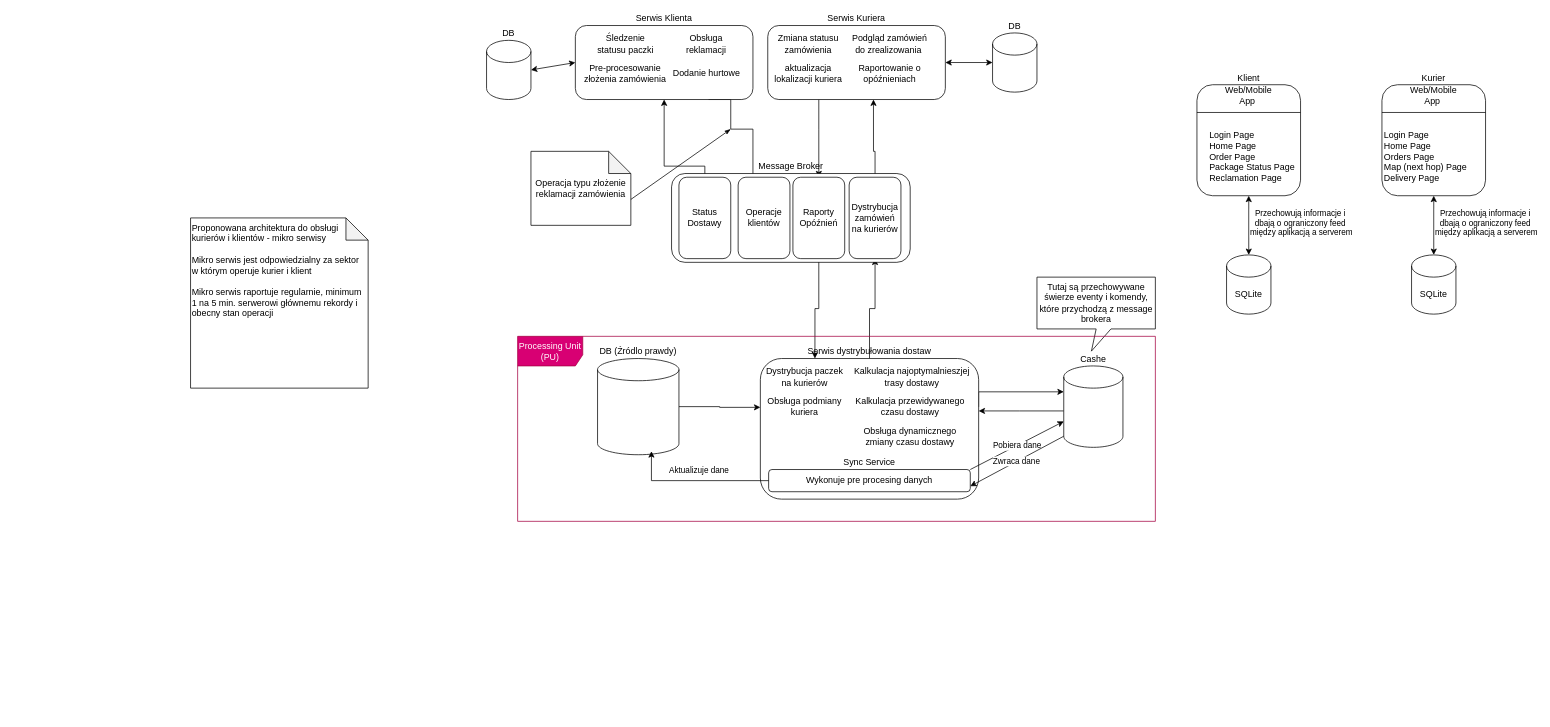
Franio2018/Projekt-Zespolowy keeps this draw.io diagram as page "Mikroserwisy + CQRS + modele paneli użytkowników" (2 of 5) of architektura.drawio. Above is the earlier version. Source tidied: cells renumbered, new cells numbered last; positions are measured from the earlier drawing's top-left corner, leaving out a move shared by most shapes. Both pictures are drawn from the tidied source at 74%, with x=0, y=0 at pixel (190, 25).
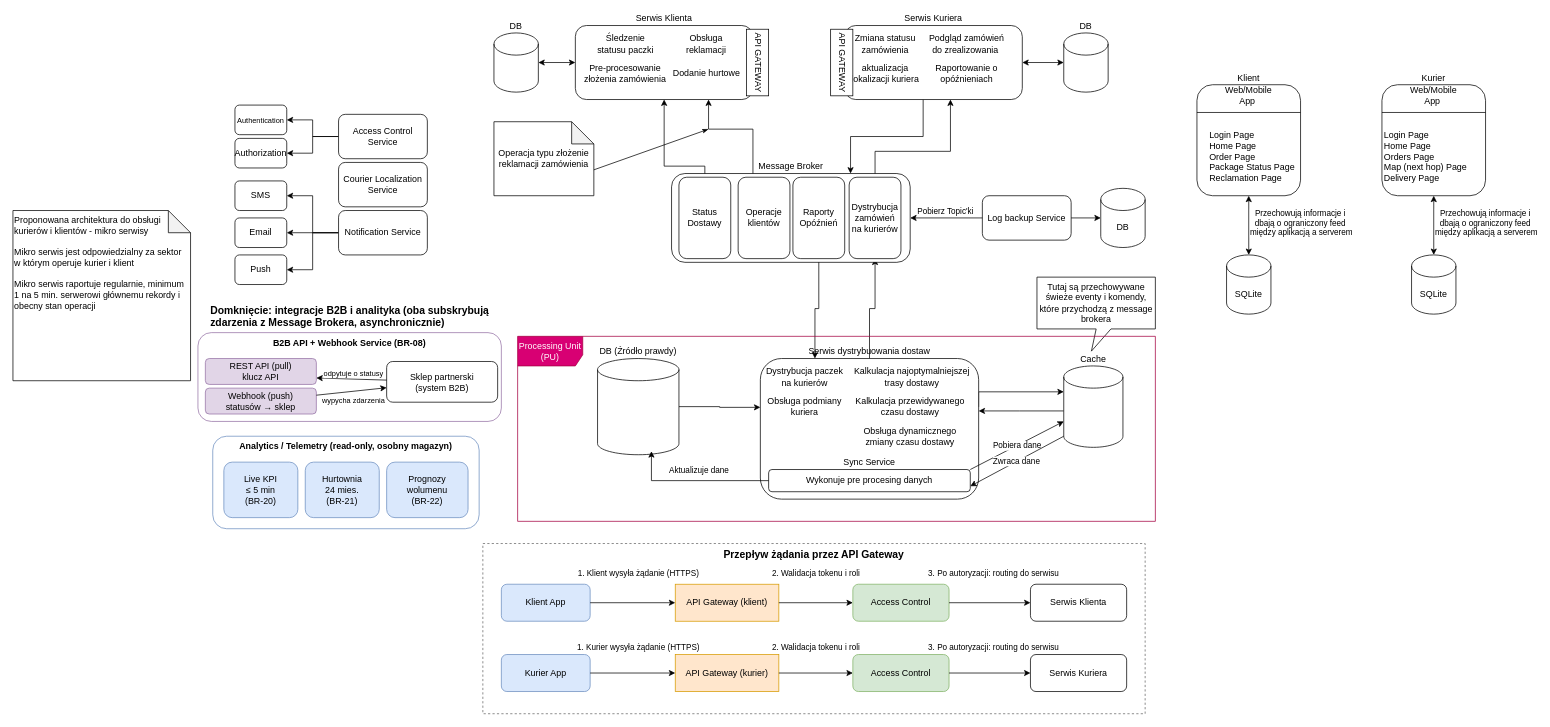
The same page after the edit.

The change refers to these unchanged cells:
```xml
<mxCell id="5" value="Serwis Klienta" style="rounded=1;whiteSpace=wrap;html=1;roundedPerimeter=1;labelPosition=center;verticalLabelPosition=top;align=center;verticalAlign=bottom;" parent="1" vertex="1">
  <mxGeometry x="520" width="240" height="100" as="geometry" />
</mxCell>
<mxCell id="27" value="Message Broker" style="rounded=1;whiteSpace=wrap;html=1;roundedPerimeter=1;labelPosition=center;verticalLabelPosition=top;align=center;verticalAlign=bottom;" parent="1" vertex="1">
  <mxGeometry x="650" y="200" width="322.5" height="120" as="geometry" />
</mxCell>
<mxCell id="28" value="Raporty Opóźnień" style="rounded=1;whiteSpace=wrap;html=1;roundedPerimeter=1;" parent="1" vertex="1">
  <mxGeometry x="814" y="205" width="70" height="110" as="geometry" />
</mxCell>
<mxCell id="30" value="Dystrybucja zamówień&lt;div&gt;na kurierów&lt;/div&gt;" style="rounded=1;whiteSpace=wrap;html=1;roundedPerimeter=1;" parent="1" vertex="1">
  <mxGeometry x="890" y="205" width="70" height="110" as="geometry" />
</mxCell>
<mxCell id="31" value="Operacje klientów" style="rounded=1;whiteSpace=wrap;html=1;roundedPerimeter=1;" parent="1" vertex="1">
  <mxGeometry x="740" y="205" width="70" height="110" as="geometry" />
</mxCell>
```

What changed in the source:
```diff
@@
-    <mxCell id="2" style="edgeStyle=orthogonalEdgeStyle;rounded=0;jettySize=auto;html=1;entryX=0.5;entryY=0;entryDx=0;entryDy=0;" parent="1" edge="1" source="3" target="28">
-      <mxGeometry relative="1" as="geometry">
+    <mxCell id="2" style="edgeStyle=orthogonalEdgeStyle;rounded=0;jettySize=auto;html=1;entryX=0.75;entryY=0;entryDx=0;entryDy=0;" parent="1" edge="1" source="3" target="27">
+      <mxGeometry x="0.17" relative="1" as="geometry">
         <Array as="points">
-          <mxPoint x="849" y="140" />
-          <mxPoint x="849" y="140" />
+          <mxPoint x="990" y="150" />
+          <mxPoint x="891.9" y="150" />
         </Array>
       </mxGeometry>
     </mxCell>
     <mxCell id="3" value="Serwis Kuriera" style="rounded=1;whiteSpace=wrap;html=1;roundedPerimeter=1;labelPosition=center;verticalLabelPosition=top;align=center;verticalAlign=bottom;" parent="1" vertex="1">
-      <mxGeometry x="780" width="240" height="100" as="geometry" />
+      <mxGeometry x="884" width="240" height="100" as="geometry" />
     </mxCell>
-    <mxCell id="4" style="edgeStyle=orthogonalEdgeStyle;rounded=0;jettySize=auto;html=1;entryX=0;entryY=0;entryDx=0;entryDy=0;exitX=0.75;exitY=1;exitDx=0;exitDy=0;" parent="1" edge="1" source="5" target="31">
-      <mxGeometry x="-0.16" relative="1" as="geometry">
+    <mxCell id="4" style="edgeStyle=orthogonalEdgeStyle;rounded=0;jettySize=auto;html=1;entryX=0;entryY=0;entryDx=0;entryDy=0;exitX=0.75;exitY=1;exitDx=0;exitDy=0;startArrow=classic;startFill=1;endArrow=none;endFill=0;" parent="1" edge="1" source="5" target="31">
+      <mxGeometry x="-0.17" relative="1" as="geometry">
         <Array as="points">
-          <mxPoint x="730" y="100" />
-          <mxPoint x="730" y="140" />
+          <mxPoint x="700" y="140" />
           <mxPoint x="760" y="140" />
           <mxPoint x="760" y="205" />
           <mxPoint x="743.1" y="205" />
         </Array>
       </mxGeometry>
     </mxCell>
@@
     <mxCell id="16" value="Zmiana statusu&lt;div&gt;zamówienia&lt;/div&gt;" style="text;html=1;whiteSpace=wrap;strokeColor=none;fillColor=none;align=center;verticalAlign=middle;rounded=0;" parent="1" vertex="1">
-      <mxGeometry x="780" y="10" width="110" height="30" as="geometry" />
+      <mxGeometry x="884" y="10" width="110" height="30" as="geometry" />
     </mxCell>
@@
     <mxCell id="18" value="aktualizacja lokalizacji kuriera" style="text;html=1;whiteSpace=wrap;strokeColor=none;fillColor=none;align=center;verticalAlign=middle;rounded=0;" parent="1" vertex="1">
-      <mxGeometry x="780" y="50" width="110" height="30" as="geometry" />
+      <mxGeometry x="884" y="50" width="110" height="30" as="geometry" />
     </mxCell>
     <mxCell id="19" value="Proponowana architektura do obsługi kurierów i klientów - mikro serwisy&lt;div&gt;&lt;br&gt;&lt;/div&gt;&lt;div&gt;Mikro serwis jest odpowiedzialny za sektor w którym operuje kurier i klient&lt;/div&gt;&lt;div&gt;&lt;br&gt;&lt;/div&gt;&lt;div&gt;Mikro serwis raportuje regularnie, minimum 1 na 5 min. serwerowi głównemu rekordy i obecny stan operacji&amp;nbsp;&lt;/div&gt;&lt;div&gt;&lt;br&gt;&lt;/div&gt;" style="shape=note;whiteSpace=wrap;html=1;backgroundOutline=1;darkOpacity=0.05;align=left;verticalAlign=top;" parent="1" vertex="1">
-      <mxGeometry y="260" width="240" height="230" as="geometry" />
+      <mxGeometry x="-240" y="250" width="240" height="230" as="geometry" />
     </mxCell>
     <mxCell id="20" value="Podgląd zamówień do zrealizowania&amp;nbsp;" style="text;html=1;whiteSpace=wrap;strokeColor=none;fillColor=none;align=center;verticalAlign=middle;rounded=0;" parent="1" vertex="1">
-      <mxGeometry x="890" y="10" width="110" height="30" as="geometry" />
+      <mxGeometry x="994" y="10" width="110" height="30" as="geometry" />
     </mxCell>
     <mxCell id="21" value="Raportowanie o opóźnieniach" style="text;html=1;whiteSpace=wrap;strokeColor=none;fillColor=none;align=center;verticalAlign=middle;rounded=0;" parent="1" vertex="1">
-      <mxGeometry x="900" y="50" width="90" height="30" as="geometry" />
+      <mxGeometry x="1004" y="50" width="90" height="30" as="geometry" />
     </mxCell>
     <mxCell id="22" value="Operacja typu złożenie reklamacji&amp;nbsp;&lt;span style=&quot;background-color: transparent; color: light-dark(#000000, var(--ge-light-color, #ffffff));&quot;&gt;zamówienia&lt;/span&gt;" style="shape=note;whiteSpace=wrap;html=1;backgroundOutline=1;darkOpacity=0.05;" parent="1" vertex="1">
-      <mxGeometry x="460" y="170" width="135" height="100" as="geometry" />
+      <mxGeometry x="410" y="130" width="135" height="100" as="geometry" />
     </mxCell>
@@
     <mxCell id="26" style="edgeStyle=orthogonalEdgeStyle;rounded=0;jettySize=auto;html=1;entryX=0.594;entryY=0.993;entryDx=0;entryDy=0;" parent="1" edge="1" source="30" target="3">
       <mxGeometry x="0.6" relative="1" as="geometry">
         <Array as="points">
           <mxPoint x="925" y="170" />
-          <mxPoint x="922.9" y="170" />
+          <mxPoint x="1026.9" y="170" />
         </Array>
       </mxGeometry>
     </mxCell>
@@
     <mxCell id="32" style="rounded=0;jettySize=auto;html=1;entryX=0;entryY=0;entryDx=135;entryDy=65;entryPerimeter=0;endArrow=none;endFill=0;startArrow=classicThin;startFill=1;" parent="1" edge="1" target="22">
       <mxGeometry relative="1" as="geometry">
-        <mxPoint x="730" y="140" as="sourcePoint" />
+        <mxPoint x="700" y="140" as="sourcePoint" />
       </mxGeometry>
     </mxCell>
@@
-    <mxCell id="34" value="DB (Źródlo prawdy)" style="shape=cylinder3;whiteSpace=wrap;html=1;boundedLbl=1;backgroundOutline=1;size=15;labelPosition=center;verticalLabelPosition=top;align=center;verticalAlign=bottom;" parent="1" vertex="1">
+    <mxCell id="34" value="DB (Źródło prawdy)" style="shape=cylinder3;whiteSpace=wrap;html=1;boundedLbl=1;backgroundOutline=1;size=15;labelPosition=center;verticalLabelPosition=top;align=center;verticalAlign=bottom;" parent="1" vertex="1">
       <mxGeometry x="550" y="450" width="110" height="130" as="geometry" />
     </mxCell>
@@
-    <mxCell id="36" value="Cashe" style="shape=cylinder3;whiteSpace=wrap;html=1;boundedLbl=1;backgroundOutline=1;size=15;labelPosition=center;verticalLabelPosition=top;align=center;verticalAlign=bottom;" parent="1" vertex="1">
+    <mxCell id="36" value="Cache" style="shape=cylinder3;whiteSpace=wrap;html=1;boundedLbl=1;backgroundOutline=1;size=15;labelPosition=center;verticalLabelPosition=top;align=center;verticalAlign=bottom;" parent="1" vertex="1">
       <mxGeometry x="1180" y="460" width="80" height="110" as="geometry" />
     </mxCell>
@@
     <mxCell id="38" value="DB" style="shape=cylinder3;whiteSpace=wrap;html=1;boundedLbl=1;backgroundOutline=1;size=15;labelPosition=center;verticalLabelPosition=top;align=center;verticalAlign=bottom;" parent="1" vertex="1">
-      <mxGeometry x="1083.8" y="10" width="60" height="80" as="geometry" />
+      <mxGeometry x="1180" y="10" width="60" height="80" as="geometry" />
     </mxCell>
     <mxCell id="39" value="DB" style="shape=cylinder3;whiteSpace=wrap;html=1;boundedLbl=1;backgroundOutline=1;size=15;labelPosition=center;verticalLabelPosition=top;align=center;verticalAlign=bottom;" parent="1" vertex="1">
-      <mxGeometry x="400" y="20" width="60" height="80" as="geometry" />
+      <mxGeometry x="410" y="10" width="60" height="80" as="geometry" />
     </mxCell>
@@
-    <mxCell id="42" value="Serwis dystrybułowania dostaw" style="rounded=1;whiteSpace=wrap;html=1;roundedPerimeter=1;labelPosition=center;verticalLabelPosition=top;align=center;verticalAlign=bottom;" parent="1" vertex="1">
+    <mxCell id="42" value="Serwis dystrybuowania dostaw" style="rounded=1;whiteSpace=wrap;html=1;roundedPerimeter=1;labelPosition=center;verticalLabelPosition=top;align=center;verticalAlign=bottom;" parent="1" vertex="1">
       <mxGeometry x="770" y="450" width="295" height="190" as="geometry" />
     </mxCell>
@@
-    <mxCell id="44" value="Kalkulacja najoptymalnieszjej trasy dostawy" style="text;html=1;whiteSpace=wrap;strokeColor=none;fillColor=none;align=center;verticalAlign=middle;rounded=0;" parent="1" vertex="1">
+    <mxCell id="44" value="Kalkulacja najoptymalniejszej trasy dostawy" style="text;html=1;whiteSpace=wrap;strokeColor=none;fillColor=none;align=center;verticalAlign=middle;rounded=0;" parent="1" vertex="1">
       <mxGeometry x="895" y="460" width="160" height="30" as="geometry" />
     </mxCell>
@@
-    <mxCell id="54" value="Tutaj są przechowywane świerze eventy i komendy, które przychodzą z message brokera" style="shape=callout;whiteSpace=wrap;html=1;perimeter=calloutPerimeter;position2=0.46;" parent="1" vertex="1">
+    <mxCell id="54" value="Tutaj są przechowywane świeże eventy i komendy, które przychodzą z message brokera" style="shape=callout;whiteSpace=wrap;html=1;perimeter=calloutPerimeter;position2=0.46;" parent="1" vertex="1">
       <mxGeometry x="1143.8" y="340" width="160" height="100" as="geometry" />
     </mxCell>
@@
+    <mxCell id="63" style="edgeStyle=orthogonalEdgeStyle;rounded=0;jettySize=auto;html=1;entryX=1;entryY=0.5;entryDx=0;entryDy=0;defaultLabelBackgroundColor=page;" parent="1" edge="1" source="65" target="74">
+      <mxGeometry relative="1" as="geometry" />
+    </mxCell>
+    <mxCell id="64" style="edgeStyle=orthogonalEdgeStyle;rounded=0;jettySize=auto;html=1;entryX=1;entryY=0.5;entryDx=0;entryDy=0;defaultLabelBackgroundColor=page;" parent="1" edge="1" source="65" target="75">
+      <mxGeometry relative="1" as="geometry" />
+    </mxCell>
+    <mxCell id="65" value="Access Control Service" style="rounded=1;whiteSpace=wrap;html=1;roundedPerimeter=1;" parent="1" vertex="1">
+      <mxGeometry x="200" y="120" width="120" height="60" as="geometry" />
+    </mxCell>
+    <mxCell id="66" style="edgeStyle=orthogonalEdgeStyle;rounded=0;jettySize=auto;html=1;defaultLabelBackgroundColor=page;" parent="1" edge="1" source="69" target="71">
+      <mxGeometry relative="1" as="geometry" />
+    </mxCell>
+    <mxCell id="67" style="edgeStyle=orthogonalEdgeStyle;rounded=0;jettySize=auto;html=1;entryX=1;entryY=0.5;entryDx=0;entryDy=0;defaultLabelBackgroundColor=page;" parent="1" edge="1" source="69" target="70">
+      <mxGeometry relative="1" as="geometry" />
+    </mxCell>
+    <mxCell id="68" style="edgeStyle=orthogonalEdgeStyle;rounded=0;jettySize=auto;html=1;entryX=1;entryY=0.5;entryDx=0;entryDy=0;defaultLabelBackgroundColor=page;" parent="1" edge="1" source="69" target="72">
+      <mxGeometry relative="1" as="geometry" />
+    </mxCell>
+    <mxCell id="69" value="Notification Service" style="rounded=1;whiteSpace=wrap;html=1;roundedPerimeter=1;" parent="1" vertex="1">
+      <mxGeometry x="200" y="250" width="120" height="60" as="geometry" />
+    </mxCell>
+    <mxCell id="70" value="SMS" style="rounded=1;whiteSpace=wrap;html=1;roundedPerimeter=1;" parent="1" vertex="1">
+      <mxGeometry x="60" y="210" width="70" height="40" as="geometry" />
+    </mxCell>
+    <mxCell id="71" value="Email" style="rounded=1;whiteSpace=wrap;html=1;roundedPerimeter=1;" parent="1" vertex="1">
+      <mxGeometry x="60" y="260" width="70" height="40" as="geometry" />
+    </mxCell>
+    <mxCell id="72" value="Push" style="rounded=1;whiteSpace=wrap;html=1;roundedPerimeter=1;" parent="1" vertex="1">
+      <mxGeometry x="60" y="310" width="70" height="40" as="geometry" />
+    </mxCell>
+    <mxCell id="73" value="Courier Localization Service" style="rounded=1;whiteSpace=wrap;html=1;roundedPerimeter=1;" parent="1" vertex="1">
+      <mxGeometry x="200" y="185" width="120" height="60" as="geometry" />
+    </mxCell>
+    <mxCell id="74" value="&lt;font style=&quot;font-size: 10px;&quot;&gt;Authentication&lt;/font&gt;" style="rounded=1;whiteSpace=wrap;html=1;roundedPerimeter=1;" parent="1" vertex="1">
+      <mxGeometry x="60" y="107.5" width="70" height="40" as="geometry" />
+    </mxCell>
+    <mxCell id="75" value="Authorization" style="rounded=1;whiteSpace=wrap;html=1;roundedPerimeter=1;" parent="1" vertex="1">
+      <mxGeometry x="60" y="152.5" width="70" height="40" as="geometry" />
+    </mxCell>
+    <mxCell id="76" value="API GATEWAY" style="rounded=0;whiteSpace=wrap;html=1;textDirection=vertical-lr;" parent="1" vertex="1">
+      <mxGeometry x="751.2" y="5" width="30" height="90" as="geometry" />
+    </mxCell>
+    <mxCell id="77" value="API GATEWAY" style="rounded=0;whiteSpace=wrap;html=1;textDirection=vertical-lr;" parent="1" vertex="1">
+      <mxGeometry x="865" y="5" width="30" height="90" as="geometry" />
+    </mxCell>
+    <mxCell id="78" value="Log backup Service" style="rounded=1;whiteSpace=wrap;html=1;roundedPerimeter=1;" parent="1" vertex="1">
+      <mxGeometry x="1070" y="230" width="120" height="60" as="geometry" />
+    </mxCell>
+    <mxCell id="79" style="endArrow=classic;html=1;rounded=0;defaultLabelBackgroundColor=page;exitX=0;exitY=0.5;exitDx=0;exitDy=0;entryX=1;entryY=0.5;entryDx=0;entryDy=0;" parent="1" edge="1" source="78" target="27">
+      <mxGeometry relative="1" as="geometry" />
+    </mxCell>
+    <mxCell id="80" value="Pobierz Topic'ki" style="edgeLabel;html=1;align=center;verticalAlign=middle;inheritText=1;defaultLabelBackgroundColor=page;" parent="79" vertex="1">
+      <mxGeometry x="0.2" y="2" relative="1" as="geometry">
+        <mxPoint x="8" y="-12" as="offset" />
+      </mxGeometry>
+    </mxCell>
+    <mxCell id="81" value="DB" style="shape=cylinder3;whiteSpace=wrap;html=1;boundedLbl=1;backgroundOutline=1;size=15;" parent="1" vertex="1">
+      <mxGeometry x="1230" y="220" width="60" height="80" as="geometry" />
+    </mxCell>
+    <mxCell id="82" style="endArrow=classic;html=1;rounded=0;defaultLabelBackgroundColor=page;exitX=1;exitY=0.5;exitDx=0;exitDy=0;entryX=0;entryY=0.5;entryDx=0;entryDy=0;entryPerimeter=0;" parent="1" edge="1" source="78" target="81">
+      <mxGeometry relative="1" as="geometry" />
+    </mxCell>
+    <mxCell id="83" value="Przepływ żądania przez API Gateway" style="rounded=0;whiteSpace=wrap;html=1;dashed=1;fillColor=none;strokeColor=#666666;verticalAlign=top;fontStyle=1;fontSize=14;" parent="1" vertex="1">
+      <mxGeometry x="395" y="700" width="895" height="230" as="geometry" />
+    </mxCell>
+    <mxCell id="84" value="Klient App" style="rounded=1;whiteSpace=wrap;html=1;fillColor=#dae8fc;strokeColor=#6c8ebf;" parent="1" vertex="1">
+      <mxGeometry x="420" y="755" width="120" height="50" as="geometry" />
+    </mxCell>
+    <mxCell id="85" value="API Gateway (klient)" style="rounded=0;whiteSpace=wrap;html=1;fillColor=#ffe6cc;strokeColor=#d79b00;" parent="1" vertex="1">
+      <mxGeometry x="655" y="755" width="140" height="50" as="geometry" />
+    </mxCell>
+    <mxCell id="86" value="Access Control" style="rounded=1;whiteSpace=wrap;html=1;fillColor=#d5e8d4;strokeColor=#82b366;" parent="1" vertex="1">
+      <mxGeometry x="895" y="755" width="130" height="50" as="geometry" />
+    </mxCell>
+    <mxCell id="87" value="Serwis Klienta" style="rounded=1;whiteSpace=wrap;html=1;" parent="1" vertex="1">
+      <mxGeometry x="1135" y="755" width="130" height="50" as="geometry" />
+    </mxCell>
+    <mxCell id="88" value="1. Klient wysyła żądanie (HTTPS)" style="endArrow=classic;html=1;fontSize=11;" parent="1" edge="1" source="84" target="85">
+      <mxGeometry x="0.13" y="40" relative="1" as="geometry" />
+    </mxCell>
+    <mxCell id="89" value="2. Walidacja tokenu i roli" style="endArrow=classic;html=1;fontSize=11;" parent="1" edge="1" source="85" target="86">
+      <mxGeometry y="40" relative="1" as="geometry" />
+    </mxCell>
+    <mxCell id="90" value="3. Po autoryzacji: routing do serwisu" style="endArrow=classic;html=1;fontSize=11;" parent="1" edge="1" source="86" target="87">
+      <mxGeometry x="0.09" y="40" relative="1" as="geometry" />
+    </mxCell>
+    <mxCell id="91" value="Kurier App" style="rounded=1;whiteSpace=wrap;html=1;fillColor=#dae8fc;strokeColor=#6c8ebf;" parent="1" vertex="1">
+      <mxGeometry x="420" y="850" width="120" height="50" as="geometry" />
+    </mxCell>
+    <mxCell id="92" value="API Gateway (kurier)" style="rounded=0;whiteSpace=wrap;html=1;fillColor=#ffe6cc;strokeColor=#d79b00;" parent="1" vertex="1">
+      <mxGeometry x="655" y="850" width="140" height="50" as="geometry" />
+    </mxCell>
+    <mxCell id="93" value="Access Control" style="rounded=1;whiteSpace=wrap;html=1;fillColor=#d5e8d4;strokeColor=#82b366;" parent="1" vertex="1">
+      <mxGeometry x="895" y="850" width="130" height="50" as="geometry" />
+    </mxCell>
+    <mxCell id="94" value="Serwis Kuriera" style="rounded=1;whiteSpace=wrap;html=1;" parent="1" vertex="1">
+      <mxGeometry x="1135" y="850" width="130" height="50" as="geometry" />
+    </mxCell>
+    <mxCell id="95" value="1. Kurier wysyła żądanie (HTTPS)" style="endArrow=classic;html=1;fontSize=11;" parent="1" edge="1" source="91" target="92">
+      <mxGeometry x="0.13" y="35" relative="1" as="geometry" />
+    </mxCell>
+    <mxCell id="96" value="2. Walidacja tokenu i roli" style="endArrow=classic;html=1;fontSize=11;" parent="1" edge="1" source="92" target="93">
+      <mxGeometry y="35" relative="1" as="geometry" />
+    </mxCell>
+    <mxCell id="97" value="3. Po autoryzacji: routing do serwisu" style="endArrow=classic;html=1;fontSize=11;" parent="1" edge="1" source="93" target="94">
+      <mxGeometry x="0.09" y="35" relative="1" as="geometry" />
+    </mxCell>
+    <mxCell id="98" value="Domknięcie: integracje B2B i analityka (oba subskrybują zdarzenia z Message Brokera, asynchronicznie)" style="text;html=1;whiteSpace=wrap;align=left;verticalAlign=middle;fontStyle=1;fontSize=14;" parent="1" vertex="1">
+      <mxGeometry x="25" y="378" width="380" height="30" as="geometry" />
+    </mxCell>
+    <mxCell id="99" value="B2B API + Webhook Service (BR-08)" style="rounded=1;whiteSpace=wrap;html=1;verticalAlign=top;fontStyle=1;fillColor=none;strokeColor=#9673a6;" parent="1" vertex="1">
+      <mxGeometry x="10" y="415" width="410" height="120" as="geometry" />
+    </mxCell>
+    <mxCell id="100" value="REST API (pull)&lt;br&gt;klucz API" style="rounded=1;whiteSpace=wrap;html=1;fillColor=#e1d5e7;strokeColor=#9673a6;" parent="1" vertex="1">
+      <mxGeometry x="20" y="450" width="150" height="35" as="geometry" />
+    </mxCell>
+    <mxCell id="101" value="Webhook (push)&lt;br&gt;statusów → sklep" style="rounded=1;whiteSpace=wrap;html=1;fillColor=#e1d5e7;strokeColor=#9673a6;" parent="1" vertex="1">
+      <mxGeometry x="20" y="490" width="150" height="35" as="geometry" />
+    </mxCell>
+    <mxCell id="102" value="Sklep partnerski&lt;br&gt;(system B2B)" style="rounded=1;whiteSpace=wrap;html=1;" parent="1" vertex="1">
+      <mxGeometry x="265" y="454" width="150" height="55" as="geometry" />
+    </mxCell>
+    <mxCell id="103" value="odpytuje o statusy" style="endArrow=classic;html=1;fontSize=10;entryX=1;entryY=0.75;entryDx=0;entryDy=0;" parent="1" edge="1" source="102" target="100">
+      <mxGeometry x="-0.05" y="-8" relative="1" as="geometry" />
+    </mxCell>
+    <mxCell id="104" value="wypycha zdarzenia" style="endArrow=classic;html=1;fontSize=10;" parent="1" edge="1" source="101" target="102">
+      <mxGeometry x="0.02" y="-13" relative="1" as="geometry" />
+    </mxCell>
+    <mxCell id="105" value="Analytics / Telemetry (read-only, osobny magazyn)" style="rounded=1;whiteSpace=wrap;html=1;verticalAlign=top;fontStyle=1;fillColor=none;strokeColor=#6c8ebf;" parent="1" vertex="1">
+      <mxGeometry x="30" y="555" width="360" height="125" as="geometry" />
+    </mxCell>
+    <mxCell id="106" value="Live KPI&lt;br&gt;≤ 5 min&lt;br&gt;(BR-20)" style="rounded=1;whiteSpace=wrap;html=1;fillColor=#dae8fc;strokeColor=#6c8ebf;" parent="1" vertex="1">
+      <mxGeometry x="45" y="590" width="100" height="75" as="geometry" />
+    </mxCell>
+    <mxCell id="107" value="Hurtownia&lt;br&gt;24 mies.&lt;br&gt;(BR-21)" style="rounded=1;whiteSpace=wrap;html=1;fillColor=#dae8fc;strokeColor=#6c8ebf;" parent="1" vertex="1">
+      <mxGeometry x="155" y="590" width="100" height="75" as="geometry" />
+    </mxCell>
+    <mxCell id="108" value="Prognozy&lt;br&gt;wolumenu&lt;br&gt;(BR-22)" style="rounded=1;whiteSpace=wrap;html=1;fillColor=#dae8fc;strokeColor=#6c8ebf;" parent="1" vertex="1">
+      <mxGeometry x="265" y="590" width="110" height="75" as="geometry" />
+    </mxCell>
```
